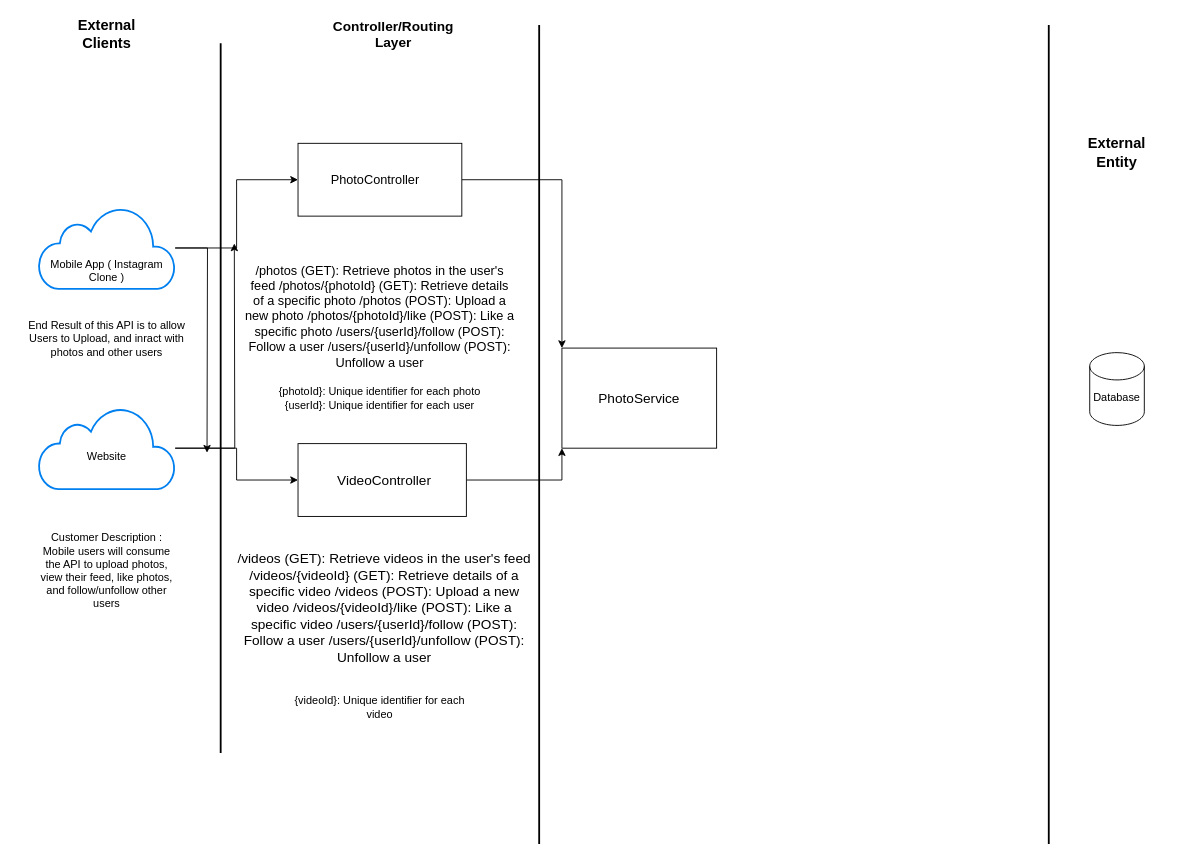
Above: Untitled Diagram.drawio in Zman07789/Week-5---Flowchart-a-RESTful-API-Design (draw.io), before the change. Source tidied: cells renumbered, new cells numbered last; positions are measured from the earlier drawing's top-left corner, leaving out a move shared by most shapes. Both pictures are drawn from the tidied source at 91%, with x=0, y=0 at pixel (15, 15).
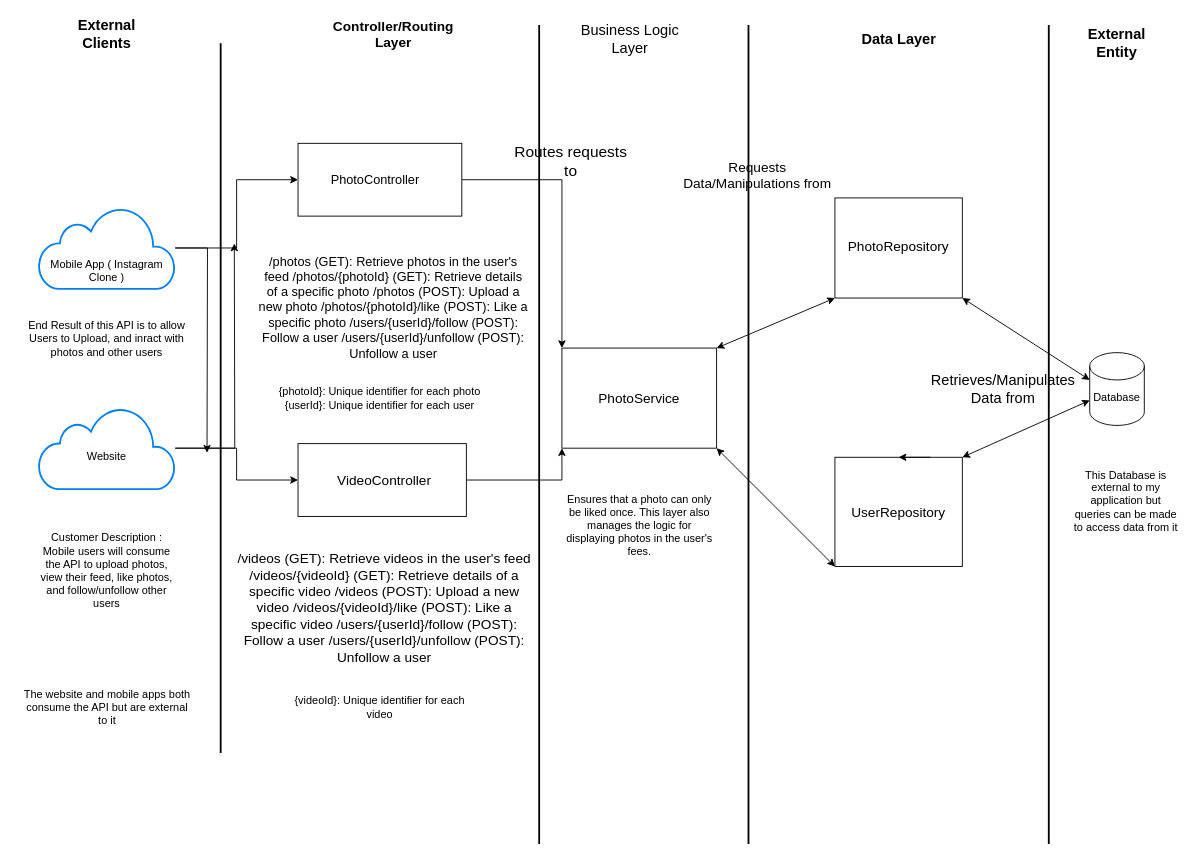
The same diagram, later.

Unchanged cells that the change refers to:
```xml
<mxCell id="2" style="shape=cylinder3;whiteSpace=wrap;html=1;boundedLbl=1;backgroundOutline=1;size=15;" parent="1" vertex="1">
  <mxGeometry x="1180" y="370" width="60" height="80" as="geometry" />
</mxCell>
<mxCell id="3" value="Database" style="text;strokeColor=none;align=center;fillColor=none;html=1;verticalAlign=middle;whiteSpace=wrap;rounded=0;" parent="1" vertex="1">
  <mxGeometry x="1180" y="400" width="60" height="40" as="geometry" />
</mxCell>
<mxCell id="31" style="rounded=0;whiteSpace=wrap;html=1;" parent="1" vertex="1">
  <mxGeometry x="600" y="365" width="170" height="110" as="geometry" />
</mxCell>
```

Change to the diagram source:
```diff
@@
     <mxCell id="5" value="&lt;font style=&quot;font-size: 16px;&quot;&gt;&lt;b&gt;External Entity&lt;/b&gt;&lt;/font&gt;" style="text;strokeColor=none;align=center;fillColor=none;html=1;verticalAlign=middle;whiteSpace=wrap;rounded=0;" parent="1" vertex="1">
-      <mxGeometry x="1155" y="130" width="110" height="40" as="geometry" />
+      <mxGeometry x="1155" y="10" width="110" height="40" as="geometry" />
     </mxCell>
@@
     <mxCell id="26" value="&lt;font style=&quot;font-size: 14px;&quot;&gt;/photos (GET): Retrieve photos in the user's feed /photos/{photoId} (GET): Retrieve details of a specific photo /photos (POST): Upload a new photo /photos/{photoId}/like (POST): Like a specific photo /users/{userId}/follow (POST): Follow a user /users/{userId}/unfollow (POST): Unfollow a user&lt;/font&gt;" style="text;strokeColor=none;align=center;fillColor=none;html=1;verticalAlign=middle;whiteSpace=wrap;rounded=0;" parent="1" vertex="1">
-      <mxGeometry x="250" y="270" width="300" height="120" as="geometry" />
+      <mxGeometry x="265" y="260" width="300" height="120" as="geometry" />
     </mxCell>
@@
+    <mxCell id="33" value="&lt;font style=&quot;font-size: 16px;&quot;&gt;Business Logic Layer&lt;/font&gt;" style="text;strokeColor=none;align=center;fillColor=none;html=1;verticalAlign=middle;whiteSpace=wrap;rounded=0;" parent="1" vertex="1">
+      <mxGeometry x="620" y="20" width="110" height="10" as="geometry" />
+    </mxCell>
+    <mxCell id="34" value="Ensures that a photo can only be liked once. This layer also manages the logic for displaying photos in the user's fees." style="text;strokeColor=none;align=center;fillColor=none;html=1;verticalAlign=middle;whiteSpace=wrap;rounded=0;" parent="1" vertex="1">
+      <mxGeometry x="602.5" y="540" width="165" height="40" as="geometry" />
+    </mxCell>
+    <mxCell id="35" style="line;strokeWidth=2;direction=south;html=1;" parent="1" vertex="1">
+      <mxGeometry x="800" y="10" width="10" height="900" as="geometry" />
+    </mxCell>
+    <mxCell id="36" style="rounded=0;whiteSpace=wrap;html=1;" parent="1" vertex="1">
+      <mxGeometry x="900" y="200" width="140" height="110" as="geometry" />
+    </mxCell>
+    <mxCell id="37" value="&lt;font style=&quot;font-size: 15px;&quot;&gt;PhotoRepository&lt;/font&gt;" style="text;strokeColor=none;align=center;fillColor=none;html=1;verticalAlign=middle;whiteSpace=wrap;rounded=0;" parent="1" vertex="1">
+      <mxGeometry x="920" y="235" width="100" height="35" as="geometry" />
+    </mxCell>
+    <mxCell id="38" style="rounded=0;whiteSpace=wrap;html=1;" parent="1" vertex="1">
+      <mxGeometry x="900" y="485" width="140" height="120" as="geometry" />
+    </mxCell>
+    <mxCell id="39" value="&lt;font style=&quot;font-size: 15px;&quot;&gt;UserRepository&lt;/font&gt;" style="text;strokeColor=none;align=center;fillColor=none;html=1;verticalAlign=middle;whiteSpace=wrap;rounded=0;" parent="1" vertex="1">
+      <mxGeometry x="920" y="530" width="100" height="30" as="geometry" />
+    </mxCell>
+    <mxCell id="40" style="endArrow=classic;startArrow=classic;html=1;rounded=0;entryX=0;entryY=1;entryDx=0;entryDy=0;exitX=1;exitY=0;exitDx=0;exitDy=0;" parent="1" edge="1" source="31" target="36">
+      <mxGeometry relative="1" as="geometry" />
+    </mxCell>
+    <mxCell id="41" style="endArrow=classic;startArrow=classic;html=1;rounded=0;exitX=1;exitY=1;exitDx=0;exitDy=0;entryX=0;entryY=1;entryDx=0;entryDy=0;" parent="1" edge="1" source="31" target="38">
+      <mxGeometry relative="1" as="geometry" />
+    </mxCell>
+    <mxCell id="42" style="edgeStyle=orthogonalEdgeStyle;rounded=0;orthogonalLoop=1;jettySize=auto;html=1;exitX=0.75;exitY=0;exitDx=0;exitDy=0;entryX=0.5;entryY=0;entryDx=0;entryDy=0;" parent="1" edge="1" source="38" target="38">
+      <mxGeometry relative="1" as="geometry" />
+    </mxCell>
+    <mxCell id="43" style="endArrow=classic;startArrow=classic;html=1;rounded=0;exitX=0;exitY=0;exitDx=0;exitDy=0;entryX=1;entryY=1;entryDx=0;entryDy=0;" parent="1" edge="1" source="3" target="36">
+      <mxGeometry relative="1" as="geometry" />
+    </mxCell>
+    <mxCell id="44" style="endArrow=classic;startArrow=classic;html=1;rounded=0;exitX=1;exitY=0;exitDx=0;exitDy=0;entryX=0;entryY=0;entryDx=0;entryDy=52.5;entryPerimeter=0;" parent="1" edge="1" source="38" target="2">
+      <mxGeometry relative="1" as="geometry" />
+    </mxCell>
+    <mxCell id="45" value="&lt;font style=&quot;font-size: 16px;&quot;&gt;&lt;b&gt;Data Layer&lt;/b&gt;&lt;/font&gt;" style="text;strokeColor=none;align=center;fillColor=none;html=1;verticalAlign=middle;whiteSpace=wrap;rounded=0;" parent="1" vertex="1">
+      <mxGeometry x="912.5" y="10" width="115" height="30" as="geometry" />
+    </mxCell>
+    <mxCell id="46" value="This Database is external to my application but queries can be made to access data from it" style="text;strokeColor=none;align=center;fillColor=none;html=1;verticalAlign=middle;whiteSpace=wrap;rounded=0;" parent="1" vertex="1">
+      <mxGeometry x="1160" y="485" width="120" height="95" as="geometry" />
+    </mxCell>
+    <mxCell id="47" value="&lt;font style=&quot;font-size: 16px;&quot;&gt;Retrieves/Manipulates Data from&lt;/font&gt;" style="text;strokeColor=none;align=center;fillColor=none;html=1;verticalAlign=middle;whiteSpace=wrap;rounded=0;" parent="1" vertex="1">
+      <mxGeometry x="1000" y="405" width="170" height="10" as="geometry" />
+    </mxCell>
+    <mxCell id="48" value="&lt;font style=&quot;font-size: 15px;&quot;&gt;Requests Data/Manipulations from&lt;/font&gt;" style="text;strokeColor=none;align=center;fillColor=none;html=1;verticalAlign=middle;whiteSpace=wrap;rounded=0;" parent="1" vertex="1">
+      <mxGeometry x="730" y="150" width="170" height="50" as="geometry" />
+    </mxCell>
+    <mxCell id="49" value="&lt;font style=&quot;font-size: 17px;&quot;&gt;Routes requests to&lt;/font&gt;" style="text;strokeColor=none;align=center;fillColor=none;html=1;verticalAlign=middle;whiteSpace=wrap;rounded=0;" parent="1" vertex="1">
+      <mxGeometry x="540" y="140" width="140" height="40" as="geometry" />
+    </mxCell>
+    <mxCell id="50" value="The website and mobile apps both consume the API but are external to it" style="text;strokeColor=none;align=center;fillColor=none;html=1;verticalAlign=middle;whiteSpace=wrap;rounded=0;" parent="1" vertex="1">
+      <mxGeometry x="7.5" y="725" width="185" height="70" as="geometry" />
+    </mxCell>
```
